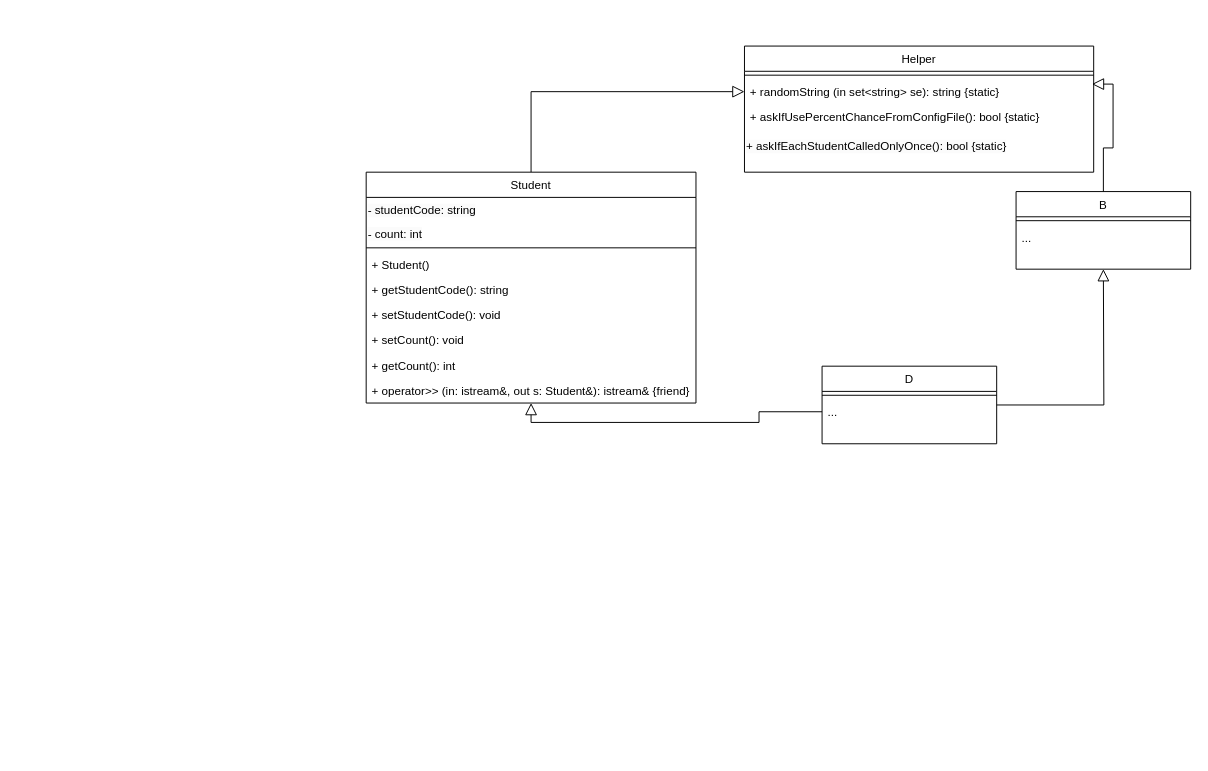
Above: OOP_TH_W2.drawio in CatHuyuH24/CatHuyuH24 (draw.io), before the change. Source tidied: cells renumbered, new cells numbered last; positions are measured from the earlier drawing's top-left corner, leaving out a move shared by most shapes. Both pictures are drawn from the tidied source at 97%, with x=0, y=0 at pixel (366, 46).
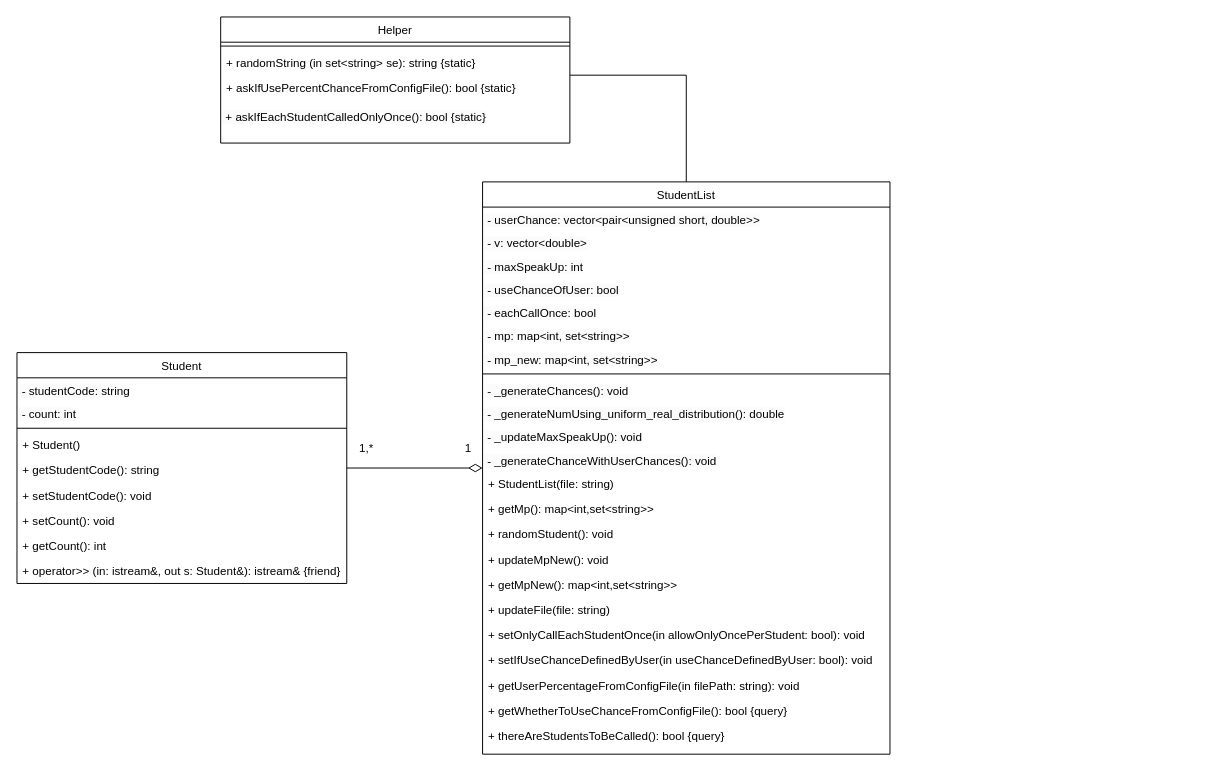
The same diagram, later.

The change refers to these unchanged cells:
```xml
<mxCell id="4" value="+ randomString (in set&lt;string&gt; se): string {static}" style="text;align=left;verticalAlign=top;spacingLeft=4;spacingRight=4;overflow=hidden;points=[[0,0.5],[1,0.5]];portConstraint=eastwest;" parent="2" vertex="1">
  <mxGeometry y="34" width="360" height="26" as="geometry" />
</mxCell>
```

Diff of the diagram source:
```diff
@@
+    <mxCell id="27" style="edgeStyle=orthogonalEdgeStyle;rounded=0;jettySize=auto;html=1;endArrow=none;endFill=0;" parent="1" edge="1" target="29">
+      <mxGeometry relative="1" as="geometry">
+        <mxPoint x="210" y="30" as="sourcePoint" />
+        <Array as="points">
+          <mxPoint x="330" y="30" />
+        </Array>
+      </mxGeometry>
+    </mxCell>
     <mxCell id="2" value="Helper" style="swimlane;fontStyle=0;align=center;verticalAlign=top;horizontal=1;startSize=26;rounded=0;shadow=0;strokeWidth=1;" parent="1" vertex="1">
-      <mxGeometry x="390" width="360" height="130" as="geometry" />
+      <mxGeometry x="-150" y="-30" width="360" height="130" as="geometry" />
     </mxCell>
@@
-    <mxCell id="6" value="&lt;span style=&quot;color: rgb(0, 0, 0); font-family: Helvetica; font-size: 12px; font-style: normal; font-variant-ligatures: normal; font-variant-caps: normal; font-weight: 400; letter-spacing: normal; orphans: 2; text-align: left; text-indent: 0px; text-transform: none; widows: 2; word-spacing: 0px; -webkit-text-stroke-width: 0px; white-space: nowrap; background-color: rgb(251, 251, 251); text-decoration-thickness: initial; text-decoration-style: initial; text-decoration-color: initial; display: inline !important; float: none;&quot;&gt;+ askIfEachStudentCalledOnlyOnce(): bool {static}&lt;/span&gt;" style="text;whiteSpace=wrap;html=1;" parent="2" vertex="1">
+    <mxCell id="6" value="&lt;span style=&quot;color: rgb(0, 0, 0); font-family: Helvetica; font-size: 12px; font-style: normal; font-variant-ligatures: normal; font-variant-caps: normal; font-weight: 400; letter-spacing: normal; orphans: 2; text-align: left; text-indent: 0px; text-transform: none; widows: 2; word-spacing: 0px; -webkit-text-stroke-width: 0px; white-space: nowrap; background-color: rgb(251, 251, 251); text-decoration-thickness: initial; text-decoration-style: initial; text-decoration-color: initial; display: inline !important; float: none;&quot;&gt;&amp;nbsp;+ askIfEachStudentCalledOnlyOnce(): bool {static}&lt;/span&gt;" style="text;whiteSpace=wrap;html=1;" parent="2" vertex="1">
       <mxGeometry y="90" width="360" height="30" as="geometry" />
     </mxCell>
-    <mxCell id="7" value="B" style="swimlane;fontStyle=0;align=center;verticalAlign=top;horizontal=1;startSize=26;rounded=0;shadow=0;strokeWidth=1;" parent="1" vertex="1">
-      <mxGeometry x="670" y="150" width="180" height="80" as="geometry" />
-    </mxCell>
-    <mxCell id="8" style="line;html=1;strokeWidth=1;align=left;verticalAlign=middle;spacingTop=-1;spacingLeft=3;spacingRight=3;labelPosition=right;" parent="7" vertex="1">
-      <mxGeometry y="26" width="180" height="8" as="geometry" />
-    </mxCell>
-    <mxCell id="9" value="..." style="text;align=left;verticalAlign=top;spacingLeft=4;spacingRight=4;overflow=hidden;" parent="7" vertex="1">
-      <mxGeometry y="34" width="180" height="26" as="geometry" />
-    </mxCell>
-    <mxCell id="10" style="edgeStyle=orthogonalEdgeStyle;rounded=0;jettySize=auto;html=1;endArrow=block;endFill=0;endSize=10;startSize=11;exitX=0.5;exitY=0;exitDx=0;exitDy=0;entryX=0;entryY=0.5;entryDx=0;entryDy=0;" parent="1" edge="1" source="11" target="4">
-      <mxGeometry relative="1" as="geometry" />
-    </mxCell>
+    <mxCell id="28" style="edgeStyle=orthogonalEdgeStyle;rounded=0;jettySize=auto;html=1;endArrow=diamondThin;endFill=0;endSize=12;" parent="1" edge="1" source="11" target="29">
+      <mxGeometry relative="1" as="geometry" />
+    </mxCell>
     <mxCell id="11" value="Student" style="swimlane;fontStyle=0;align=center;verticalAlign=top;horizontal=1;startSize=26;rounded=0;shadow=0;strokeWidth=1;" parent="1" vertex="1">
-      <mxGeometry y="130" width="340" height="238" as="geometry" />
+      <mxGeometry x="-360" y="316" width="340" height="238" as="geometry" />
     </mxCell>
-    <mxCell id="12" value="&lt;span style=&quot;color: rgb(0, 0, 0); font-family: Helvetica; font-size: 12px; font-style: normal; font-variant-ligatures: normal; font-variant-caps: normal; font-weight: 400; letter-spacing: normal; orphans: 2; text-align: left; text-indent: 0px; text-transform: none; widows: 2; word-spacing: 0px; -webkit-text-stroke-width: 0px; white-space: nowrap; background-color: rgb(251, 251, 251); text-decoration-thickness: initial; text-decoration-style: initial; text-decoration-color: initial; display: inline !important; float: none;&quot;&gt;- studentCode: string&lt;/span&gt;" style="text;whiteSpace=wrap;html=1;" parent="11" vertex="1">
+    <mxCell id="12" value="&lt;span style=&quot;color: rgb(0, 0, 0); font-family: Helvetica; font-size: 12px; font-style: normal; font-variant-ligatures: normal; font-variant-caps: normal; font-weight: 400; letter-spacing: normal; orphans: 2; text-align: left; text-indent: 0px; text-transform: none; widows: 2; word-spacing: 0px; -webkit-text-stroke-width: 0px; white-space: nowrap; background-color: rgb(251, 251, 251); text-decoration-thickness: initial; text-decoration-style: initial; text-decoration-color: initial; display: inline !important; float: none;&quot;&gt;&amp;nbsp;- studentCode: string&lt;/span&gt;" style="text;whiteSpace=wrap;html=1;" parent="11" vertex="1">
       <mxGeometry y="26" width="340" height="24" as="geometry" />
     </mxCell>
-    <mxCell id="13" value="&lt;span style=&quot;color: rgb(0, 0, 0); font-family: Helvetica; font-size: 12px; font-style: normal; font-variant-ligatures: normal; font-variant-caps: normal; font-weight: 400; letter-spacing: normal; orphans: 2; text-align: left; text-indent: 0px; text-transform: none; widows: 2; word-spacing: 0px; -webkit-text-stroke-width: 0px; white-space: nowrap; background-color: rgb(251, 251, 251); text-decoration-thickness: initial; text-decoration-style: initial; text-decoration-color: initial; display: inline !important; float: none;&quot;&gt;- count: int&lt;/span&gt;" style="text;whiteSpace=wrap;html=1;" parent="11" vertex="1">
+    <mxCell id="13" value="&lt;span style=&quot;color: rgb(0, 0, 0); font-family: Helvetica; font-size: 12px; font-style: normal; font-variant-ligatures: normal; font-variant-caps: normal; font-weight: 400; letter-spacing: normal; orphans: 2; text-align: left; text-indent: 0px; text-transform: none; widows: 2; word-spacing: 0px; -webkit-text-stroke-width: 0px; white-space: nowrap; background-color: rgb(251, 251, 251); text-decoration-thickness: initial; text-decoration-style: initial; text-decoration-color: initial; display: inline !important; float: none;&quot;&gt;&amp;nbsp;- count: int&lt;/span&gt;" style="text;whiteSpace=wrap;html=1;" parent="11" vertex="1">
       <mxGeometry y="50" width="340" height="24" as="geometry" />
     </mxCell>
@@
-    <mxCell id="21" style="edgeStyle=orthogonalEdgeStyle;rounded=0;jettySize=auto;html=1;startSize=11;endSize=10;endArrow=block;endFill=0;" parent="1" edge="1" source="22">
-      <mxGeometry relative="1" as="geometry">
-        <mxPoint x="760" y="230" as="targetPoint" />
-      </mxGeometry>
-    </mxCell>
-    <mxCell id="22" value="D" style="swimlane;fontStyle=0;align=center;verticalAlign=top;horizontal=1;startSize=26;rounded=0;shadow=0;strokeWidth=1;" parent="1" vertex="1">
-      <mxGeometry x="470" y="330" width="180" height="80" as="geometry" />
-    </mxCell>
-    <mxCell id="23" style="line;html=1;strokeWidth=1;align=left;verticalAlign=middle;spacingTop=-1;spacingLeft=3;spacingRight=3;labelPosition=right;" parent="22" vertex="1">
-      <mxGeometry y="26" width="180" height="8" as="geometry" />
-    </mxCell>
-    <mxCell id="24" value="..." style="text;align=left;verticalAlign=top;spacingLeft=4;spacingRight=4;overflow=hidden;points=[[0,0.5],[1,0.5]];portConstraint=eastwest;" parent="22" vertex="1">
-      <mxGeometry y="34" width="180" height="26" as="geometry" />
-    </mxCell>
-    <mxCell id="25" style="edgeStyle=orthogonalEdgeStyle;rounded=0;jettySize=auto;html=1;entryX=0.995;entryY=0.2;entryDx=0;entryDy=0;entryPerimeter=0;startSize=11;endSize=10;endArrow=block;endFill=0;" parent="1" edge="1" source="7" target="4">
-      <mxGeometry relative="1" as="geometry" />
-    </mxCell>
-    <mxCell id="26" style="edgeStyle=orthogonalEdgeStyle;rounded=0;jettySize=auto;html=1;entryX=0.5;entryY=1;entryDx=0;entryDy=0;startSize=11;endSize=10;endArrow=block;endFill=0;" parent="1" edge="1" source="24" target="11">
-      <mxGeometry relative="1" as="geometry" />
-    </mxCell>
+    <mxCell id="29" value="StudentList" style="swimlane;fontStyle=0;align=center;verticalAlign=top;horizontal=1;startSize=26;rounded=0;shadow=0;strokeWidth=1;" parent="1" vertex="1">
+      <mxGeometry x="120" y="140" width="420" height="590" as="geometry" />
+    </mxCell>
+    <mxCell id="30" value="&lt;span style=&quot;color: rgb(0, 0, 0); font-family: Helvetica; font-size: 12px; font-style: normal; font-variant-ligatures: normal; font-variant-caps: normal; font-weight: 400; letter-spacing: normal; orphans: 2; text-align: left; text-indent: 0px; text-transform: none; widows: 2; word-spacing: 0px; -webkit-text-stroke-width: 0px; white-space: nowrap; background-color: rgb(251, 251, 251); text-decoration-thickness: initial; text-decoration-style: initial; text-decoration-color: initial; display: inline !important; float: none;&quot;&gt;&amp;nbsp;- userChance: vector&amp;lt;pair&amp;lt;unsigned short, double&amp;gt;&amp;gt;&lt;/span&gt;" style="text;whiteSpace=wrap;html=1;" parent="29" vertex="1">
+      <mxGeometry y="26" width="420" height="24" as="geometry" />
+    </mxCell>
+    <mxCell id="31" value="&lt;span style=&quot;color: rgb(0, 0, 0); font-family: Helvetica; font-size: 12px; font-style: normal; font-variant-ligatures: normal; font-variant-caps: normal; font-weight: 400; letter-spacing: normal; orphans: 2; text-align: left; text-indent: 0px; text-transform: none; widows: 2; word-spacing: 0px; -webkit-text-stroke-width: 0px; white-space: nowrap; background-color: rgb(251, 251, 251); text-decoration-thickness: initial; text-decoration-style: initial; text-decoration-color: initial; display: inline !important; float: none;&quot;&gt;&amp;nbsp;- v: vector&amp;lt;double&amp;gt;&lt;/span&gt;" style="text;whiteSpace=wrap;html=1;" parent="29" vertex="1">
+      <mxGeometry y="50" width="420" height="24" as="geometry" />
+    </mxCell>
+    <mxCell id="32" value="&lt;span style=&quot;color: rgb(0, 0, 0); font-family: Helvetica; font-size: 12px; font-style: normal; font-variant-ligatures: normal; font-variant-caps: normal; font-weight: 400; letter-spacing: normal; orphans: 2; text-align: left; text-indent: 0px; text-transform: none; widows: 2; word-spacing: 0px; -webkit-text-stroke-width: 0px; white-space: nowrap; background-color: rgb(251, 251, 251); text-decoration-thickness: initial; text-decoration-style: initial; text-decoration-color: initial; display: inline !important; float: none;&quot;&gt;&amp;nbsp;- maxSpeakUp: int&lt;/span&gt;" style="text;whiteSpace=wrap;html=1;" parent="29" vertex="1">
+      <mxGeometry y="74" width="420" height="24" as="geometry" />
+    </mxCell>
+    <mxCell id="33" value="&lt;span style=&quot;color: rgb(0, 0, 0); font-family: Helvetica; font-size: 12px; font-style: normal; font-variant-ligatures: normal; font-variant-caps: normal; font-weight: 400; letter-spacing: normal; orphans: 2; text-align: left; text-indent: 0px; text-transform: none; widows: 2; word-spacing: 0px; -webkit-text-stroke-width: 0px; white-space: nowrap; background-color: rgb(251, 251, 251); text-decoration-thickness: initial; text-decoration-style: initial; text-decoration-color: initial; display: inline !important; float: none;&quot;&gt;&amp;nbsp;- useChanceOfUser: bool&lt;/span&gt;" style="text;whiteSpace=wrap;html=1;" parent="29" vertex="1">
+      <mxGeometry y="98" width="420" height="24" as="geometry" />
+    </mxCell>
+    <mxCell id="34" value="&lt;span style=&quot;color: rgb(0, 0, 0); font-family: Helvetica; font-size: 12px; font-style: normal; font-variant-ligatures: normal; font-variant-caps: normal; font-weight: 400; letter-spacing: normal; orphans: 2; text-align: left; text-indent: 0px; text-transform: none; widows: 2; word-spacing: 0px; -webkit-text-stroke-width: 0px; white-space: nowrap; background-color: rgb(251, 251, 251); text-decoration-thickness: initial; text-decoration-style: initial; text-decoration-color: initial; display: inline !important; float: none;&quot;&gt;&amp;nbsp;- eachCallOnce: bool&lt;/span&gt;" style="text;whiteSpace=wrap;html=1;" parent="29" vertex="1">
+      <mxGeometry y="122" width="420" height="24" as="geometry" />
+    </mxCell>
+    <mxCell id="35" value="&lt;span style=&quot;color: rgb(0, 0, 0); font-family: Helvetica; font-size: 12px; font-style: normal; font-variant-ligatures: normal; font-variant-caps: normal; font-weight: 400; letter-spacing: normal; orphans: 2; text-align: left; text-indent: 0px; text-transform: none; widows: 2; word-spacing: 0px; -webkit-text-stroke-width: 0px; white-space: nowrap; background-color: rgb(251, 251, 251); text-decoration-thickness: initial; text-decoration-style: initial; text-decoration-color: initial; display: inline !important; float: none;&quot;&gt;&amp;nbsp;- mp: map&amp;lt;int, set&amp;lt;string&amp;gt;&amp;gt;&lt;/span&gt;" style="text;whiteSpace=wrap;html=1;" parent="29" vertex="1">
+      <mxGeometry y="146" width="420" height="24" as="geometry" />
+    </mxCell>
+    <mxCell id="36" value="&lt;span style=&quot;color: rgb(0, 0, 0); font-family: Helvetica; font-size: 12px; font-style: normal; font-variant-ligatures: normal; font-variant-caps: normal; font-weight: 400; letter-spacing: normal; orphans: 2; text-align: left; text-indent: 0px; text-transform: none; widows: 2; word-spacing: 0px; -webkit-text-stroke-width: 0px; white-space: nowrap; background-color: rgb(251, 251, 251); text-decoration-thickness: initial; text-decoration-style: initial; text-decoration-color: initial; display: inline !important; float: none;&quot;&gt;&amp;nbsp;- mp_new: map&amp;lt;int, set&amp;lt;string&amp;gt;&amp;gt;&lt;/span&gt;" style="text;whiteSpace=wrap;html=1;" parent="29" vertex="1">
+      <mxGeometry y="170" width="420" height="24" as="geometry" />
+    </mxCell>
+    <mxCell id="37" style="line;html=1;strokeWidth=1;align=left;verticalAlign=middle;spacingTop=-1;spacingLeft=3;spacingRight=3;labelPosition=right;" parent="29" vertex="1">
+      <mxGeometry y="194" width="420" height="8" as="geometry" />
+    </mxCell>
+    <mxCell id="38" value="&lt;span style=&quot;color: rgb(0, 0, 0); font-family: Helvetica; font-size: 12px; font-style: normal; font-variant-ligatures: normal; font-variant-caps: normal; font-weight: 400; letter-spacing: normal; orphans: 2; text-align: left; text-indent: 0px; text-transform: none; widows: 2; word-spacing: 0px; -webkit-text-stroke-width: 0px; white-space: nowrap; background-color: rgb(251, 251, 251); text-decoration-thickness: initial; text-decoration-style: initial; text-decoration-color: initial; display: inline !important; float: none;&quot;&gt;&amp;nbsp;- _generateChances(): void&lt;/span&gt;" style="text;whiteSpace=wrap;html=1;" parent="29" vertex="1">
+      <mxGeometry y="202" width="420" height="24" as="geometry" />
+    </mxCell>
+    <mxCell id="39" value="&lt;span style=&quot;color: rgb(0, 0, 0); font-family: Helvetica; font-size: 12px; font-style: normal; font-variant-ligatures: normal; font-variant-caps: normal; font-weight: 400; letter-spacing: normal; orphans: 2; text-align: left; text-indent: 0px; text-transform: none; widows: 2; word-spacing: 0px; -webkit-text-stroke-width: 0px; white-space: nowrap; background-color: rgb(251, 251, 251); text-decoration-thickness: initial; text-decoration-style: initial; text-decoration-color: initial; display: inline !important; float: none;&quot;&gt;&amp;nbsp;- _generateNumUsing_uniform_real_distribution(): double&lt;/span&gt;" style="text;whiteSpace=wrap;html=1;" parent="29" vertex="1">
+      <mxGeometry y="226" width="420" height="24" as="geometry" />
+    </mxCell>
+    <mxCell id="40" value="&lt;span style=&quot;color: rgb(0, 0, 0); font-family: Helvetica; font-size: 12px; font-style: normal; font-variant-ligatures: normal; font-variant-caps: normal; font-weight: 400; letter-spacing: normal; orphans: 2; text-align: left; text-indent: 0px; text-transform: none; widows: 2; word-spacing: 0px; -webkit-text-stroke-width: 0px; white-space: nowrap; background-color: rgb(251, 251, 251); text-decoration-thickness: initial; text-decoration-style: initial; text-decoration-color: initial; display: inline !important; float: none;&quot;&gt;&amp;nbsp;- _updateMaxSpeakUp(): void&lt;/span&gt;" style="text;whiteSpace=wrap;html=1;" parent="29" vertex="1">
+      <mxGeometry y="250" width="420" height="24" as="geometry" />
+    </mxCell>
+    <mxCell id="41" value="&lt;span style=&quot;color: rgb(0, 0, 0); font-family: Helvetica; font-size: 12px; font-style: normal; font-variant-ligatures: normal; font-variant-caps: normal; font-weight: 400; letter-spacing: normal; orphans: 2; text-align: left; text-indent: 0px; text-transform: none; widows: 2; word-spacing: 0px; -webkit-text-stroke-width: 0px; white-space: nowrap; background-color: rgb(251, 251, 251); text-decoration-thickness: initial; text-decoration-style: initial; text-decoration-color: initial; display: inline !important; float: none;&quot;&gt;&amp;nbsp;- _generateChanceWithUserChances(): void&lt;/span&gt;" style="text;whiteSpace=wrap;html=1;" parent="29" vertex="1">
+      <mxGeometry y="274" width="420" height="24" as="geometry" />
+    </mxCell>
+    <mxCell id="42" value="+ StudentList(file: string)" style="text;align=left;verticalAlign=top;spacingLeft=4;spacingRight=4;overflow=hidden;" parent="29" vertex="1">
+      <mxGeometry y="298" width="420" height="26" as="geometry" />
+    </mxCell>
+    <mxCell id="43" value="+ getMp(): map&lt;int,set&lt;string&gt;&gt;" style="text;align=left;verticalAlign=top;spacingLeft=4;spacingRight=4;overflow=hidden;" parent="29" vertex="1">
+      <mxGeometry y="324" width="420" height="26" as="geometry" />
+    </mxCell>
+    <mxCell id="44" value="+ randomStudent(): void" style="text;align=left;verticalAlign=top;spacingLeft=4;spacingRight=4;overflow=hidden;" parent="29" vertex="1">
+      <mxGeometry y="350" width="420" height="26" as="geometry" />
+    </mxCell>
+    <mxCell id="45" value="+ updateMpNew(): void" style="text;align=left;verticalAlign=top;spacingLeft=4;spacingRight=4;overflow=hidden;" parent="29" vertex="1">
+      <mxGeometry y="376" width="420" height="26" as="geometry" />
+    </mxCell>
+    <mxCell id="46" value="+ getMpNew(): map&lt;int,set&lt;string&gt;&gt;" style="text;align=left;verticalAlign=top;spacingLeft=4;spacingRight=4;overflow=hidden;" parent="29" vertex="1">
+      <mxGeometry y="402" width="420" height="26" as="geometry" />
+    </mxCell>
+    <mxCell id="47" value="+ updateFile(file: string)    " style="text;align=left;verticalAlign=top;spacingLeft=4;spacingRight=4;overflow=hidden;" parent="29" vertex="1">
+      <mxGeometry y="428" width="420" height="26" as="geometry" />
+    </mxCell>
+    <mxCell id="48" value="+ setOnlyCallEachStudentOnce(in allowOnlyOncePerStudent: bool): void" style="text;align=left;verticalAlign=top;spacingLeft=4;spacingRight=4;overflow=hidden;" parent="29" vertex="1">
+      <mxGeometry y="454" width="420" height="26" as="geometry" />
+    </mxCell>
+    <mxCell id="49" value="+ setIfUseChanceDefinedByUser(in useChanceDefinedByUser: bool): void" style="text;align=left;verticalAlign=top;spacingLeft=4;spacingRight=4;overflow=hidden;" parent="29" vertex="1">
+      <mxGeometry y="480" width="420" height="26" as="geometry" />
+    </mxCell>
+    <mxCell id="50" value="+ getUserPercentageFromConfigFile(in filePath: string): void" style="text;align=left;verticalAlign=top;spacingLeft=4;spacingRight=4;overflow=hidden;" parent="29" vertex="1">
+      <mxGeometry y="506" width="420" height="26" as="geometry" />
+    </mxCell>
+    <mxCell id="51" value="+ getWhetherToUseChanceFromConfigFile(): bool {query}" style="text;align=left;verticalAlign=top;spacingLeft=4;spacingRight=4;overflow=hidden;" parent="29" vertex="1">
+      <mxGeometry y="532" width="420" height="26" as="geometry" />
+    </mxCell>
+    <mxCell id="52" value="+ thereAreStudentsToBeCalled(): bool {query}" style="text;align=left;verticalAlign=top;spacingLeft=4;spacingRight=4;overflow=hidden;" parent="29" vertex="1">
+      <mxGeometry y="558" width="420" height="26" as="geometry" />
+    </mxCell>
+    <mxCell id="53" value="1,*" style="text;html=1;align=center;verticalAlign=middle;strokeColor=none;fillColor=none;" parent="1" vertex="1">
+      <mxGeometry x="-20" y="400" width="40" height="30" as="geometry" />
+    </mxCell>
+    <mxCell id="54" value="1" style="text;html=1;align=center;verticalAlign=middle;strokeColor=none;fillColor=none;" parent="1" vertex="1">
+      <mxGeometry x="90" y="400" width="30" height="30" as="geometry" />
+    </mxCell>
```
